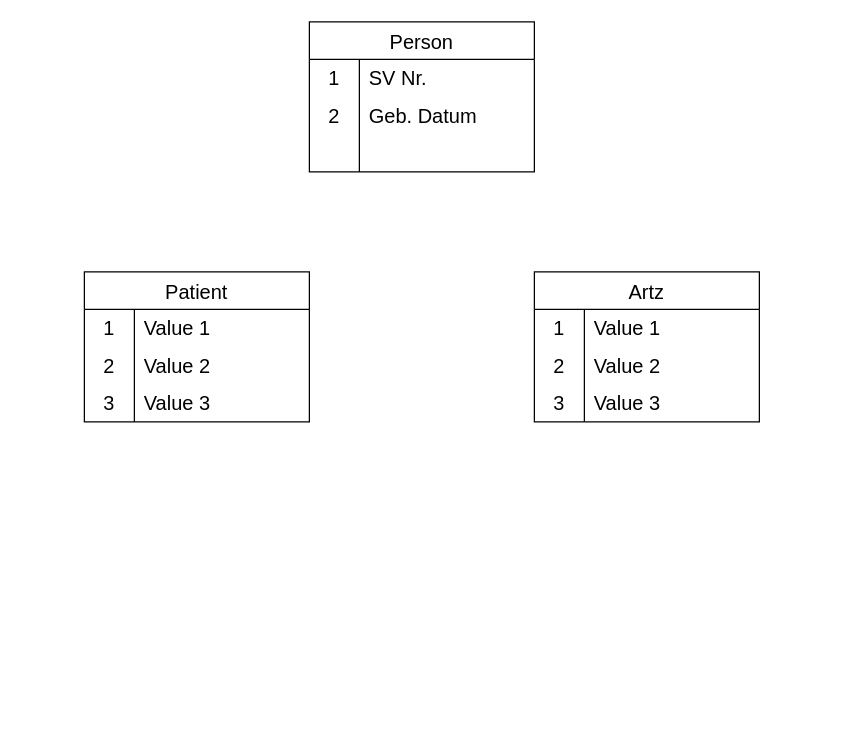
This is Klassendiagramm.drawio from PythonPokemon/Draw.io, a draw.io file, before an edit. Source tidied: cells renumbered, new cells numbered last; positions are measured from the earlier drawing's top-left corner, leaving out a move shared by most shapes. Both pictures are drawn from the tidied source at 125%, with x=0, y=0 at pixel (84, 21).
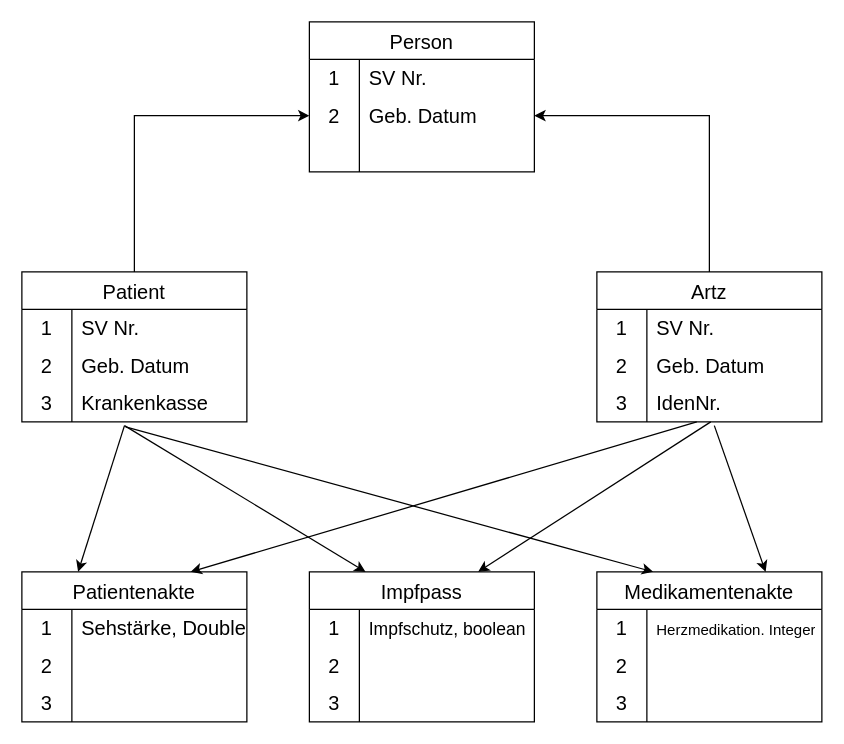
The same diagram, later.

Unchanged cells that the change refers to:
```xml
<mxCell id="6" style="shape=tableRow;horizontal=0;startSize=0;swimlaneHead=0;swimlaneBody=0;top=0;left=0;bottom=0;right=0;fillColor=none;points=[[0,0.5],[1,0.5]];portConstraint=eastwest;strokeColor=inherit;fontSize=16;" parent="2" vertex="1">
  <mxGeometry y="60" width="180" height="30" as="geometry" />
</mxCell>
<mxCell id="13" style="shape=tableRow;horizontal=0;startSize=0;swimlaneHead=0;swimlaneBody=0;top=0;left=0;bottom=0;right=0;fillColor=none;strokeColor=inherit;fontSize=16;" parent="12" vertex="1">
  <mxGeometry y="30" width="180" height="30" as="geometry" />
</mxCell>
<mxCell id="16" style="shape=tableRow;horizontal=0;startSize=0;swimlaneHead=0;swimlaneBody=0;top=0;left=0;bottom=0;right=0;fillColor=none;strokeColor=inherit;fontSize=16;" parent="12" vertex="1">
  <mxGeometry y="60" width="180" height="30" as="geometry" />
</mxCell>
<mxCell id="19" style="shape=tableRow;horizontal=0;startSize=0;swimlaneHead=0;swimlaneBody=0;top=0;left=0;bottom=0;right=0;fillColor=none;points=[[0,0.5],[1,0.5]];portConstraint=eastwest;strokeColor=inherit;fontSize=16;" parent="12" vertex="1">
  <mxGeometry y="90" width="180" height="30" as="geometry" />
</mxCell>
<mxCell id="23" style="shape=tableRow;horizontal=0;startSize=0;swimlaneHead=0;swimlaneBody=0;top=0;left=0;bottom=0;right=0;fillColor=none;strokeColor=inherit;fontSize=16;" parent="22" vertex="1">
  <mxGeometry y="30" width="180" height="30" as="geometry" />
</mxCell>
<mxCell id="26" style="shape=tableRow;horizontal=0;startSize=0;swimlaneHead=0;swimlaneBody=0;top=0;left=0;bottom=0;right=0;fillColor=none;strokeColor=inherit;fontSize=16;" parent="22" vertex="1">
  <mxGeometry y="60" width="180" height="30" as="geometry" />
</mxCell>
<mxCell id="29" style="shape=tableRow;horizontal=0;startSize=0;swimlaneHead=0;swimlaneBody=0;top=0;left=0;bottom=0;right=0;fillColor=none;points=[[0,0.5],[1,0.5]];portConstraint=eastwest;strokeColor=inherit;fontSize=16;" parent="22" vertex="1">
  <mxGeometry y="90" width="180" height="30" as="geometry" />
</mxCell>
```

What changed in the source:
```diff
@@
+    <mxCell id="32" style="edgeStyle=orthogonalEdgeStyle;rounded=0;jettySize=auto;html=1;entryX=0;entryY=0.5;entryDx=0;entryDy=0;" parent="1" edge="1" source="12" target="6">
+      <mxGeometry relative="1" as="geometry" />
+    </mxCell>
     <mxCell id="12" value="Patient" style="shape=table;startSize=30;childLayout=tableLayout;rowLines=0;fontStyle=0;strokeColor=default;fontSize=16;" parent="1" vertex="1">
-      <mxGeometry y="200" width="180" height="120" as="geometry" />
+      <mxGeometry x="-50" y="200" width="180" height="120" as="geometry" />
     </mxCell>
@@
-    <mxCell id="15" value="Value 1" style="shape=partialRectangle;html=1;whiteSpace=wrap;fillColor=none;top=0;left=0;bottom=0;right=0;align=left;spacingLeft=6;overflow=hidden;strokeColor=inherit;fontSize=16;" parent="13" vertex="1">
+    <mxCell id="15" value="SV Nr." style="shape=partialRectangle;html=1;whiteSpace=wrap;fillColor=none;top=0;left=0;bottom=0;right=0;align=left;spacingLeft=6;overflow=hidden;strokeColor=inherit;fontSize=16;" parent="13" vertex="1">
       <mxGeometry x="40" width="140" height="30" as="geometry" />
     </mxCell>
@@
-    <mxCell id="18" value="Value 2" style="shape=partialRectangle;html=1;whiteSpace=wrap;fillColor=none;top=0;left=0;bottom=0;right=0;align=left;spacingLeft=6;overflow=hidden;strokeColor=inherit;fontSize=16;" parent="16" vertex="1">
+    <mxCell id="18" value="Geb. Datum" style="shape=partialRectangle;html=1;whiteSpace=wrap;fillColor=none;top=0;left=0;bottom=0;right=0;align=left;spacingLeft=6;overflow=hidden;strokeColor=inherit;fontSize=16;" parent="16" vertex="1">
       <mxGeometry x="40" width="140" height="30" as="geometry" />
     </mxCell>
@@
-    <mxCell id="21" value="Value 3" style="shape=partialRectangle;html=1;whiteSpace=wrap;fillColor=none;top=0;left=0;bottom=0;right=0;align=left;spacingLeft=6;overflow=hidden;strokeColor=inherit;fontSize=16;" parent="19" vertex="1">
+    <mxCell id="21" value="Krankenkasse" style="shape=partialRectangle;html=1;whiteSpace=wrap;fillColor=none;top=0;left=0;bottom=0;right=0;align=left;spacingLeft=6;overflow=hidden;strokeColor=inherit;fontSize=16;" parent="19" vertex="1">
       <mxGeometry x="40" width="140" height="30" as="geometry" />
     </mxCell>
+    <mxCell id="33" style="edgeStyle=orthogonalEdgeStyle;rounded=0;jettySize=auto;html=1;entryX=1;entryY=0.5;entryDx=0;entryDy=0;" parent="1" edge="1" source="22" target="6">
+      <mxGeometry relative="1" as="geometry" />
+    </mxCell>
     <mxCell id="22" value="Artz" style="shape=table;startSize=30;childLayout=tableLayout;rowLines=0;fontStyle=0;strokeColor=default;fontSize=16;" parent="1" vertex="1">
-      <mxGeometry x="360" y="200" width="180" height="120" as="geometry" />
+      <mxGeometry x="410" y="200" width="180" height="120" as="geometry" />
     </mxCell>
@@
-    <mxCell id="25" value="Value 1" style="shape=partialRectangle;html=1;whiteSpace=wrap;fillColor=none;top=0;left=0;bottom=0;right=0;align=left;spacingLeft=6;overflow=hidden;strokeColor=inherit;fontSize=16;" parent="23" vertex="1">
+    <mxCell id="25" value="SV Nr." style="shape=partialRectangle;html=1;whiteSpace=wrap;fillColor=none;top=0;left=0;bottom=0;right=0;align=left;spacingLeft=6;overflow=hidden;strokeColor=inherit;fontSize=16;" parent="23" vertex="1">
       <mxGeometry x="40" width="140" height="30" as="geometry" />
     </mxCell>
@@
-    <mxCell id="28" value="Value 2" style="shape=partialRectangle;html=1;whiteSpace=wrap;fillColor=none;top=0;left=0;bottom=0;right=0;align=left;spacingLeft=6;overflow=hidden;strokeColor=inherit;fontSize=16;" parent="26" vertex="1">
+    <mxCell id="28" value="Geb. Datum" style="shape=partialRectangle;html=1;whiteSpace=wrap;fillColor=none;top=0;left=0;bottom=0;right=0;align=left;spacingLeft=6;overflow=hidden;strokeColor=inherit;fontSize=16;" parent="26" vertex="1">
       <mxGeometry x="40" width="140" height="30" as="geometry" />
     </mxCell>
@@
-    <mxCell id="31" value="Value 3" style="shape=partialRectangle;html=1;whiteSpace=wrap;fillColor=none;top=0;left=0;bottom=0;right=0;align=left;spacingLeft=6;overflow=hidden;strokeColor=inherit;fontSize=16;" parent="29" vertex="1">
+    <mxCell id="31" value="IdenNr." style="shape=partialRectangle;html=1;whiteSpace=wrap;fillColor=none;top=0;left=0;bottom=0;right=0;align=left;spacingLeft=6;overflow=hidden;strokeColor=inherit;fontSize=16;" parent="29" vertex="1">
       <mxGeometry x="40" width="140" height="30" as="geometry" />
     </mxCell>
+    <mxCell id="34" value="Impfpass" style="shape=table;startSize=30;childLayout=tableLayout;rowLines=0;fontStyle=0;strokeColor=default;fontSize=16;" parent="1" vertex="1">
+      <mxGeometry x="180" y="440" width="180" height="120" as="geometry" />
+    </mxCell>
+    <mxCell id="35" style="shape=tableRow;horizontal=0;startSize=0;swimlaneHead=0;swimlaneBody=0;top=0;left=0;bottom=0;right=0;fillColor=none;strokeColor=inherit;fontSize=16;" parent="34" vertex="1">
+      <mxGeometry y="30" width="180" height="30" as="geometry" />
+    </mxCell>
+    <mxCell id="36" value="1" style="shape=partialRectangle;html=1;whiteSpace=wrap;fillColor=none;top=0;left=0;bottom=0;right=0;overflow=hidden;strokeColor=inherit;fontSize=16;" parent="35" vertex="1">
+      <mxGeometry width="40" height="30" as="geometry" />
+    </mxCell>
+    <mxCell id="37" value="&lt;font style=&quot;font-size: 14px;&quot;&gt;Impfschutz, boolean&lt;/font&gt;" style="shape=partialRectangle;html=1;whiteSpace=wrap;fillColor=none;top=0;left=0;bottom=0;right=0;align=left;spacingLeft=6;overflow=hidden;strokeColor=inherit;fontSize=16;" parent="35" vertex="1">
+      <mxGeometry x="40" width="140" height="30" as="geometry" />
+    </mxCell>
+    <mxCell id="38" style="shape=tableRow;horizontal=0;startSize=0;swimlaneHead=0;swimlaneBody=0;top=0;left=0;bottom=0;right=0;fillColor=none;strokeColor=inherit;fontSize=16;" parent="34" vertex="1">
+      <mxGeometry y="60" width="180" height="30" as="geometry" />
+    </mxCell>
+    <mxCell id="39" value="2" style="shape=partialRectangle;html=1;whiteSpace=wrap;fillColor=none;top=0;left=0;bottom=0;right=0;overflow=hidden;strokeColor=inherit;fontSize=16;" parent="38" vertex="1">
+      <mxGeometry width="40" height="30" as="geometry" />
+    </mxCell>
+    <mxCell id="40" style="shape=partialRectangle;html=1;whiteSpace=wrap;fillColor=none;top=0;left=0;bottom=0;right=0;align=left;spacingLeft=6;overflow=hidden;strokeColor=inherit;fontSize=16;" parent="38" vertex="1">
+      <mxGeometry x="40" width="140" height="30" as="geometry" />
+    </mxCell>
+    <mxCell id="41" style="shape=tableRow;horizontal=0;startSize=0;swimlaneHead=0;swimlaneBody=0;top=0;left=0;bottom=0;right=0;fillColor=none;strokeColor=inherit;fontSize=16;" parent="34" vertex="1">
+      <mxGeometry y="90" width="180" height="30" as="geometry" />
+    </mxCell>
+    <mxCell id="42" value="3" style="shape=partialRectangle;html=1;whiteSpace=wrap;fillColor=none;top=0;left=0;bottom=0;right=0;overflow=hidden;strokeColor=inherit;fontSize=16;" parent="41" vertex="1">
+      <mxGeometry width="40" height="30" as="geometry" />
+    </mxCell>
+    <mxCell id="43" style="shape=partialRectangle;html=1;whiteSpace=wrap;fillColor=none;top=0;left=0;bottom=0;right=0;align=left;spacingLeft=6;overflow=hidden;strokeColor=inherit;fontSize=16;" parent="41" vertex="1">
+      <mxGeometry x="40" width="140" height="30" as="geometry" />
+    </mxCell>
+    <mxCell id="44" value="Medikamentenakte" style="shape=table;startSize=30;childLayout=tableLayout;rowLines=0;fontStyle=0;strokeColor=default;fontSize=16;" parent="1" vertex="1">
+      <mxGeometry x="410" y="440" width="180" height="120" as="geometry" />
+    </mxCell>
+    <mxCell id="45" style="shape=tableRow;horizontal=0;startSize=0;swimlaneHead=0;swimlaneBody=0;top=0;left=0;bottom=0;right=0;fillColor=none;strokeColor=inherit;fontSize=16;" parent="44" vertex="1">
+      <mxGeometry y="30" width="180" height="30" as="geometry" />
+    </mxCell>
+    <mxCell id="46" value="1" style="shape=partialRectangle;html=1;whiteSpace=wrap;fillColor=none;top=0;left=0;bottom=0;right=0;overflow=hidden;strokeColor=inherit;fontSize=16;" parent="45" vertex="1">
+      <mxGeometry width="40" height="30" as="geometry" />
+    </mxCell>
+    <mxCell id="47" value="&lt;font style=&quot;font-size: 12px;&quot;&gt;Herzmedikation. Integer&lt;/font&gt;" style="shape=partialRectangle;html=1;whiteSpace=wrap;fillColor=none;top=0;left=0;bottom=0;right=0;align=left;spacingLeft=6;overflow=hidden;strokeColor=inherit;fontSize=16;" parent="45" vertex="1">
+      <mxGeometry x="40" width="140" height="30" as="geometry" />
+    </mxCell>
+    <mxCell id="48" style="shape=tableRow;horizontal=0;startSize=0;swimlaneHead=0;swimlaneBody=0;top=0;left=0;bottom=0;right=0;fillColor=none;strokeColor=inherit;fontSize=16;" parent="44" vertex="1">
+      <mxGeometry y="60" width="180" height="30" as="geometry" />
+    </mxCell>
+    <mxCell id="49" value="2" style="shape=partialRectangle;html=1;whiteSpace=wrap;fillColor=none;top=0;left=0;bottom=0;right=0;overflow=hidden;strokeColor=inherit;fontSize=16;" parent="48" vertex="1">
+      <mxGeometry width="40" height="30" as="geometry" />
+    </mxCell>
+    <mxCell id="50" style="shape=partialRectangle;html=1;whiteSpace=wrap;fillColor=none;top=0;left=0;bottom=0;right=0;align=left;spacingLeft=6;overflow=hidden;strokeColor=inherit;fontSize=16;" parent="48" vertex="1">
+      <mxGeometry x="40" width="140" height="30" as="geometry" />
+    </mxCell>
+    <mxCell id="51" style="shape=tableRow;horizontal=0;startSize=0;swimlaneHead=0;swimlaneBody=0;top=0;left=0;bottom=0;right=0;fillColor=none;strokeColor=inherit;fontSize=16;" parent="44" vertex="1">
+      <mxGeometry y="90" width="180" height="30" as="geometry" />
+    </mxCell>
+    <mxCell id="52" value="3" style="shape=partialRectangle;html=1;whiteSpace=wrap;fillColor=none;top=0;left=0;bottom=0;right=0;overflow=hidden;strokeColor=inherit;fontSize=16;" parent="51" vertex="1">
+      <mxGeometry width="40" height="30" as="geometry" />
+    </mxCell>
+    <mxCell id="53" style="shape=partialRectangle;html=1;whiteSpace=wrap;fillColor=none;top=0;left=0;bottom=0;right=0;align=left;spacingLeft=6;overflow=hidden;strokeColor=inherit;fontSize=16;" parent="51" vertex="1">
+      <mxGeometry x="40" width="140" height="30" as="geometry" />
+    </mxCell>
+    <mxCell id="54" value="Patientenakte" style="shape=table;startSize=30;childLayout=tableLayout;rowLines=0;fontStyle=0;strokeColor=default;fontSize=16;" parent="1" vertex="1">
+      <mxGeometry x="-50" y="440" width="180" height="120" as="geometry" />
+    </mxCell>
+    <mxCell id="55" style="shape=tableRow;horizontal=0;startSize=0;swimlaneHead=0;swimlaneBody=0;top=0;left=0;bottom=0;right=0;fillColor=none;strokeColor=inherit;fontSize=16;" parent="54" vertex="1">
+      <mxGeometry y="30" width="180" height="30" as="geometry" />
+    </mxCell>
+    <mxCell id="56" value="1" style="shape=partialRectangle;html=1;whiteSpace=wrap;fillColor=none;top=0;left=0;bottom=0;right=0;overflow=hidden;strokeColor=inherit;fontSize=16;" parent="55" vertex="1">
+      <mxGeometry width="40" height="30" as="geometry" />
+    </mxCell>
+    <mxCell id="57" value="Sehstärke, Double" style="shape=partialRectangle;html=1;whiteSpace=wrap;fillColor=none;top=0;left=0;bottom=0;right=0;align=left;spacingLeft=6;overflow=hidden;strokeColor=inherit;fontSize=16;" parent="55" vertex="1">
+      <mxGeometry x="40" width="140" height="30" as="geometry" />
+    </mxCell>
+    <mxCell id="58" style="shape=tableRow;horizontal=0;startSize=0;swimlaneHead=0;swimlaneBody=0;top=0;left=0;bottom=0;right=0;fillColor=none;strokeColor=inherit;fontSize=16;" parent="54" vertex="1">
+      <mxGeometry y="60" width="180" height="30" as="geometry" />
+    </mxCell>
+    <mxCell id="59" value="2" style="shape=partialRectangle;html=1;whiteSpace=wrap;fillColor=none;top=0;left=0;bottom=0;right=0;overflow=hidden;strokeColor=inherit;fontSize=16;" parent="58" vertex="1">
+      <mxGeometry width="40" height="30" as="geometry" />
+    </mxCell>
+    <mxCell id="60" style="shape=partialRectangle;html=1;whiteSpace=wrap;fillColor=none;top=0;left=0;bottom=0;right=0;align=left;spacingLeft=6;overflow=hidden;strokeColor=inherit;fontSize=16;" parent="58" vertex="1">
+      <mxGeometry x="40" width="140" height="30" as="geometry" />
+    </mxCell>
+    <mxCell id="61" style="shape=tableRow;horizontal=0;startSize=0;swimlaneHead=0;swimlaneBody=0;top=0;left=0;bottom=0;right=0;fillColor=none;strokeColor=inherit;fontSize=16;" parent="54" vertex="1">
+      <mxGeometry y="90" width="180" height="30" as="geometry" />
+    </mxCell>
+    <mxCell id="62" value="3" style="shape=partialRectangle;html=1;whiteSpace=wrap;fillColor=none;top=0;left=0;bottom=0;right=0;overflow=hidden;strokeColor=inherit;fontSize=16;" parent="61" vertex="1">
+      <mxGeometry width="40" height="30" as="geometry" />
+    </mxCell>
+    <mxCell id="63" style="shape=partialRectangle;html=1;whiteSpace=wrap;fillColor=none;top=0;left=0;bottom=0;right=0;align=left;spacingLeft=6;overflow=hidden;strokeColor=inherit;fontSize=16;" parent="61" vertex="1">
+      <mxGeometry x="40" width="140" height="30" as="geometry" />
+    </mxCell>
+    <mxCell id="64" style="endArrow=classic;html=1;rounded=0;exitX=0.461;exitY=1.133;exitDx=0;exitDy=0;exitPerimeter=0;entryX=0.25;entryY=0;entryDx=0;entryDy=0;" parent="1" edge="1" source="19" target="44">
+      <mxGeometry relative="1" as="geometry" />
+    </mxCell>
+    <mxCell id="65" style="endArrow=classic;html=1;rounded=0;exitX=0.456;exitY=1.1;exitDx=0;exitDy=0;exitPerimeter=0;entryX=0.25;entryY=0;entryDx=0;entryDy=0;" parent="1" edge="1" source="19" target="54">
+      <mxGeometry relative="1" as="geometry" />
+    </mxCell>
+    <mxCell id="66" style="endArrow=classic;html=1;rounded=0;exitX=0.456;exitY=1.1;exitDx=0;exitDy=0;exitPerimeter=0;entryX=0.25;entryY=0;entryDx=0;entryDy=0;" parent="1" edge="1" source="19" target="34">
+      <mxGeometry relative="1" as="geometry" />
+    </mxCell>
+    <mxCell id="67" style="endArrow=classic;html=1;rounded=0;exitX=0.444;exitY=1;exitDx=0;exitDy=0;exitPerimeter=0;entryX=0.75;entryY=0;entryDx=0;entryDy=0;" parent="1" edge="1" source="29" target="54">
+      <mxGeometry relative="1" as="geometry" />
+    </mxCell>
+    <mxCell id="68" style="endArrow=classic;html=1;rounded=0;exitX=0.506;exitY=1;exitDx=0;exitDy=0;exitPerimeter=0;entryX=0.75;entryY=0;entryDx=0;entryDy=0;" parent="1" edge="1" source="29" target="34">
+      <mxGeometry relative="1" as="geometry" />
+    </mxCell>
+    <mxCell id="69" style="endArrow=classic;html=1;rounded=0;exitX=0.522;exitY=1.1;exitDx=0;exitDy=0;exitPerimeter=0;entryX=0.75;entryY=0;entryDx=0;entryDy=0;" parent="1" edge="1" source="29" target="44">
+      <mxGeometry relative="1" as="geometry" />
+    </mxCell>
```
